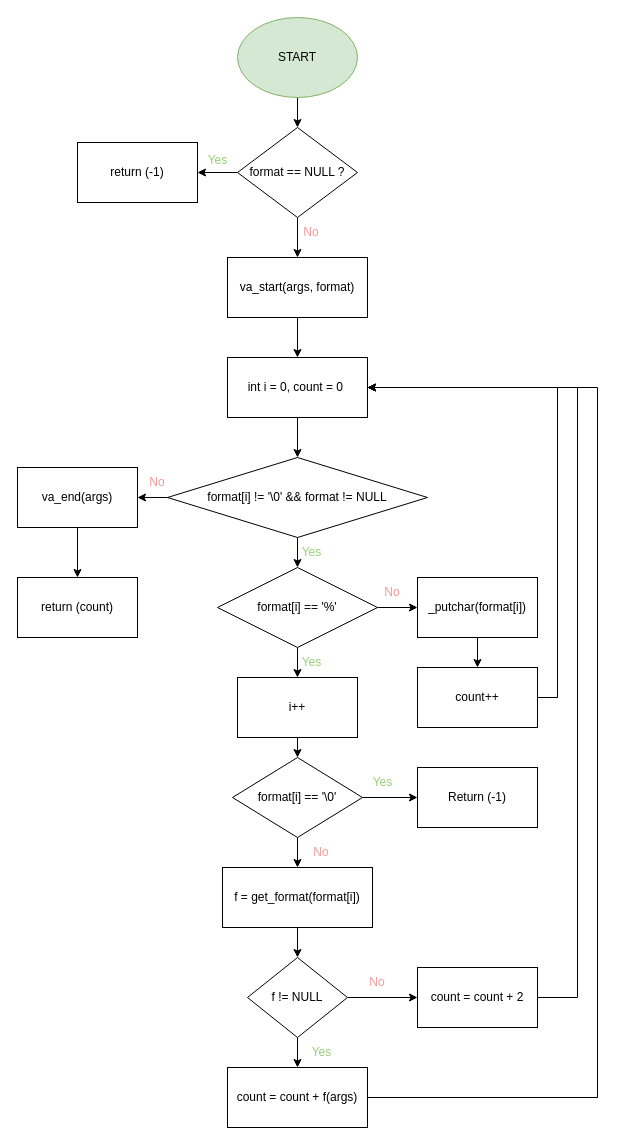
Earlier version of the draw.io diagram FlowChart _printf.c.drawio (thomas-maye/holbertonschool-printf). Source tidied: cells renumbered, new cells numbered last; positions are measured from the earlier drawing's top-left corner, leaving out a move shared by most shapes. Both pictures are drawn from the tidied source at 100%, with x=0, y=0 at pixel (17, 17).
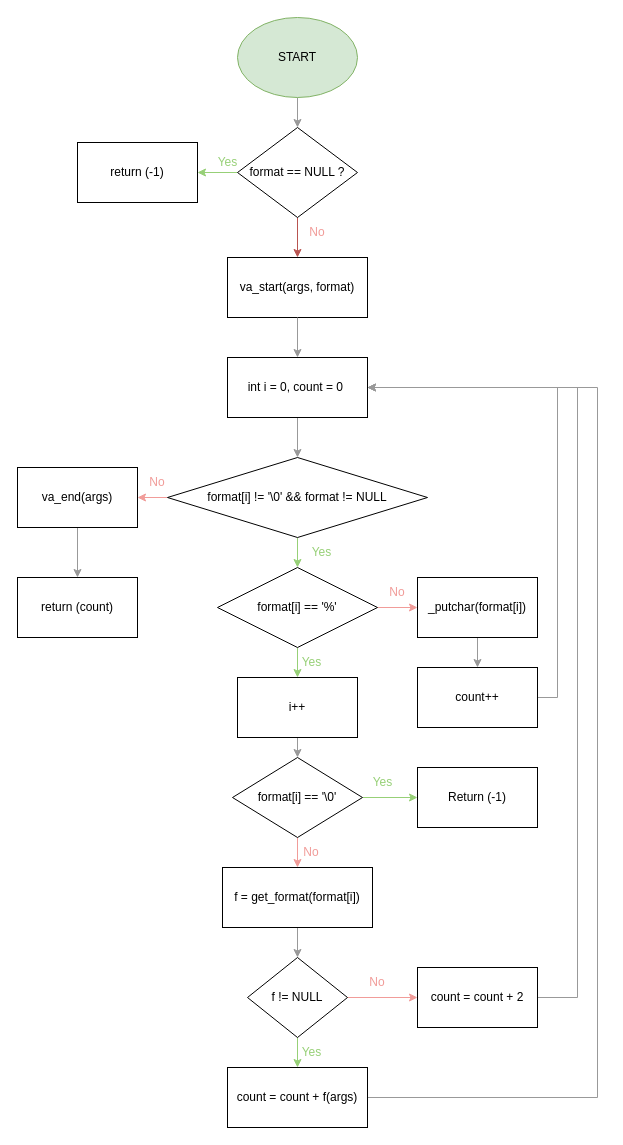
Above is the later version.

Commit message:
Mettre à jour FlowChart _printf.c.drawio

Unchanged cells that the change refers to:
```xml
<mxCell id="3" value="START" style="ellipse;whiteSpace=wrap;html=1;fillColor=#d5e8d4;strokeColor=#82b366;" parent="1" vertex="1">
  <mxGeometry x="220" width="120" height="80" as="geometry" />
</mxCell>
<mxCell id="7" value="format == NULL ?" style="rhombus;whiteSpace=wrap;html=1;" parent="1" vertex="1">
  <mxGeometry x="220" y="110" width="120" height="90" as="geometry" />
</mxCell>
<mxCell id="8" value="return (-1)" style="rounded=0;whiteSpace=wrap;html=1;" parent="1" vertex="1">
  <mxGeometry x="60" y="125" width="120" height="60" as="geometry" />
</mxCell>
<mxCell id="9" value="va_start(args, format)" style="rounded=0;whiteSpace=wrap;html=1;" parent="1" vertex="1">
  <mxGeometry x="210" y="240" width="140" height="60" as="geometry" />
</mxCell>
<mxCell id="11" value="int i = 0, count = 0&amp;nbsp;" style="rounded=0;whiteSpace=wrap;html=1;" parent="1" vertex="1">
  <mxGeometry x="210" y="340" width="140" height="60" as="geometry" />
</mxCell>
<mxCell id="15" value="format[i] != '\0' &amp;amp;&amp;amp; format != NULL" style="rhombus;whiteSpace=wrap;html=1;" parent="1" vertex="1">
  <mxGeometry x="150" y="440" width="260" height="80" as="geometry" />
</mxCell>
<mxCell id="18" value="format[i] == '%'" style="rhombus;whiteSpace=wrap;html=1;" parent="1" vertex="1">
  <mxGeometry x="200" y="550" width="160" height="80" as="geometry" />
</mxCell>
<mxCell id="20" value="_putchar(format[i])" style="rounded=0;whiteSpace=wrap;html=1;" parent="1" vertex="1">
  <mxGeometry x="400" y="560" width="120" height="60" as="geometry" />
</mxCell>
<mxCell id="23" value="format[i] == '\0'" style="rhombus;whiteSpace=wrap;html=1;" parent="1" vertex="1">
  <mxGeometry x="215" y="740" width="130" height="80" as="geometry" />
</mxCell>
<mxCell id="25" value="f = get_format(format[i])" style="rounded=0;whiteSpace=wrap;html=1;" parent="1" vertex="1">
  <mxGeometry x="205" y="850" width="150" height="60" as="geometry" />
</mxCell>
<mxCell id="28" value="f != NULL" style="rhombus;whiteSpace=wrap;html=1;" parent="1" vertex="1">
  <mxGeometry x="230" y="940" width="100" height="80" as="geometry" />
</mxCell>
<mxCell id="32" value="count++" style="rounded=0;whiteSpace=wrap;html=1;" parent="1" vertex="1">
  <mxGeometry x="400" y="650" width="120" height="60" as="geometry" />
</mxCell>
<mxCell id="34" value="i++" style="rounded=0;whiteSpace=wrap;html=1;" parent="1" vertex="1">
  <mxGeometry x="220" y="660" width="120" height="60" as="geometry" />
</mxCell>
<mxCell id="36" value="count = count + f(args)" style="rounded=0;whiteSpace=wrap;html=1;" parent="1" vertex="1">
  <mxGeometry x="210" y="1050" width="140" height="60" as="geometry" />
</mxCell>
<mxCell id="38" value="count = count + 2" style="rounded=0;whiteSpace=wrap;html=1;" parent="1" vertex="1">
  <mxGeometry x="400" y="950" width="120" height="60" as="geometry" />
</mxCell>
<mxCell id="39" value="Return (-1)" style="rounded=0;whiteSpace=wrap;html=1;" parent="1" vertex="1">
  <mxGeometry x="400" y="750" width="120" height="60" as="geometry" />
</mxCell>
<mxCell id="41" value="va_end(args)" style="rounded=0;whiteSpace=wrap;html=1;" parent="1" vertex="1">
  <mxGeometry y="450" width="120" height="60" as="geometry" />
</mxCell>
<mxCell id="42" value="return (count)" style="rounded=0;whiteSpace=wrap;html=1;" parent="1" vertex="1">
  <mxGeometry y="560" width="120" height="60" as="geometry" />
</mxCell>
```

Change to the diagram source:
```diff
@@
-    <mxCell id="2" style="edgeStyle=orthogonalEdgeStyle;rounded=0;jettySize=auto;html=1;" parent="1" edge="1" source="3" target="7">
+    <mxCell id="2" style="edgeStyle=orthogonalEdgeStyle;rounded=0;jettySize=auto;html=1;strokeColor=#999999;" parent="1" edge="1" source="3" target="7">
       <mxGeometry relative="1" as="geometry" />
     </mxCell>
@@
-    <mxCell id="5" style="edgeStyle=orthogonalEdgeStyle;rounded=0;jettySize=auto;html=1;exitX=0.5;exitY=1;exitDx=0;exitDy=0;entryX=0.5;entryY=0;entryDx=0;entryDy=0;" parent="1" edge="1" source="7" target="9">
+    <mxCell id="5" style="edgeStyle=orthogonalEdgeStyle;rounded=0;jettySize=auto;html=1;exitX=0.5;exitY=1;exitDx=0;exitDy=0;entryX=0.5;entryY=0;entryDx=0;entryDy=0;fillColor=#f8cecc;strokeColor=#b85450;" parent="1" edge="1" source="7" target="9">
       <mxGeometry relative="1" as="geometry" />
     </mxCell>
-    <mxCell id="6" style="edgeStyle=orthogonalEdgeStyle;rounded=0;jettySize=auto;html=1;exitX=0;exitY=0.5;exitDx=0;exitDy=0;entryX=1;entryY=0.5;entryDx=0;entryDy=0;" parent="1" edge="1" source="7" target="8">
+    <mxCell id="6" style="edgeStyle=orthogonalEdgeStyle;rounded=0;jettySize=auto;html=1;exitX=0;exitY=0.5;exitDx=0;exitDy=0;entryX=1;entryY=0.5;entryDx=0;entryDy=0;fillColor=#00FF00;fontColor=#97D077;strokeColor=#97D077;" parent="1" edge="1" source="7" target="8">
       <mxGeometry relative="1" as="geometry" />
     </mxCell>
@@
-    <mxCell id="10" style="edgeStyle=orthogonalEdgeStyle;rounded=0;jettySize=auto;html=1;exitX=0.5;exitY=1;exitDx=0;exitDy=0;entryX=0.5;entryY=0;entryDx=0;entryDy=0;" parent="1" edge="1" source="11" target="15">
+    <mxCell id="10" style="edgeStyle=orthogonalEdgeStyle;rounded=0;jettySize=auto;html=1;exitX=0.5;exitY=1;exitDx=0;exitDy=0;entryX=0.5;entryY=0;entryDx=0;entryDy=0;strokeColor=#999999;" parent="1" edge="1" source="11" target="15">
       <mxGeometry relative="1" as="geometry" />
     </mxCell>
@@
-    <mxCell id="12" style="endArrow=classic;html=1;rounded=0;exitX=0.5;exitY=1;exitDx=0;exitDy=0;entryX=0.5;entryY=0;entryDx=0;entryDy=0;" parent="1" edge="1" source="9" target="11">
+    <mxCell id="12" style="endArrow=classic;html=1;rounded=0;exitX=0.5;exitY=1;exitDx=0;exitDy=0;entryX=0.5;entryY=0;entryDx=0;entryDy=0;strokeColor=#999999;" parent="1" edge="1" source="9" target="11">
       <mxGeometry relative="1" as="geometry" />
     </mxCell>
-    <mxCell id="13" style="edgeStyle=orthogonalEdgeStyle;rounded=0;jettySize=auto;html=1;exitX=0.5;exitY=1;exitDx=0;exitDy=0;entryX=0.5;entryY=0;entryDx=0;entryDy=0;" parent="1" edge="1" source="15" target="18">
+    <mxCell id="13" style="edgeStyle=orthogonalEdgeStyle;rounded=0;jettySize=auto;html=1;exitX=0.5;exitY=1;exitDx=0;exitDy=0;entryX=0.5;entryY=0;entryDx=0;entryDy=0;strokeColor=#97D077;" parent="1" edge="1" source="15" target="18">
       <mxGeometry relative="1" as="geometry" />
     </mxCell>
-    <mxCell id="14" style="edgeStyle=orthogonalEdgeStyle;rounded=0;jettySize=auto;html=1;exitX=0;exitY=0.5;exitDx=0;exitDy=0;entryX=1;entryY=0.5;entryDx=0;entryDy=0;" parent="1" edge="1" source="15" target="41">
+    <mxCell id="14" style="edgeStyle=orthogonalEdgeStyle;rounded=0;jettySize=auto;html=1;exitX=0;exitY=0.5;exitDx=0;exitDy=0;entryX=1;entryY=0.5;entryDx=0;entryDy=0;strokeColor=#F19C99;" parent="1" edge="1" source="15" target="41">
       <mxGeometry relative="1" as="geometry" />
     </mxCell>
@@
-    <mxCell id="16" style="edgeStyle=orthogonalEdgeStyle;rounded=0;jettySize=auto;html=1;exitX=1;exitY=0.5;exitDx=0;exitDy=0;entryX=0;entryY=0.5;entryDx=0;entryDy=0;" parent="1" edge="1" source="18" target="20">
+    <mxCell id="16" style="edgeStyle=orthogonalEdgeStyle;rounded=0;jettySize=auto;html=1;exitX=1;exitY=0.5;exitDx=0;exitDy=0;entryX=0;entryY=0.5;entryDx=0;entryDy=0;strokeColor=#F19C99;" parent="1" edge="1" source="18" target="20">
       <mxGeometry relative="1" as="geometry" />
     </mxCell>
-    <mxCell id="17" style="edgeStyle=orthogonalEdgeStyle;rounded=0;jettySize=auto;html=1;exitX=0.5;exitY=1;exitDx=0;exitDy=0;entryX=0.5;entryY=0;entryDx=0;entryDy=0;" parent="1" edge="1" source="18" target="34">
+    <mxCell id="17" style="edgeStyle=orthogonalEdgeStyle;rounded=0;jettySize=auto;html=1;exitX=0.5;exitY=1;exitDx=0;exitDy=0;entryX=0.5;entryY=0;entryDx=0;entryDy=0;strokeColor=#97D077;" parent="1" edge="1" source="18" target="34">
       <mxGeometry relative="1" as="geometry" />
     </mxCell>
@@
-    <mxCell id="19" style="edgeStyle=orthogonalEdgeStyle;rounded=0;jettySize=auto;html=1;exitX=0.5;exitY=1;exitDx=0;exitDy=0;entryX=0.5;entryY=0;entryDx=0;entryDy=0;" parent="1" edge="1" source="20" target="32">
+    <mxCell id="19" style="edgeStyle=orthogonalEdgeStyle;rounded=0;jettySize=auto;html=1;exitX=0.5;exitY=1;exitDx=0;exitDy=0;entryX=0.5;entryY=0;entryDx=0;entryDy=0;strokeColor=#999999;" parent="1" edge="1" source="20" target="32">
       <mxGeometry relative="1" as="geometry" />
     </mxCell>
@@
-    <mxCell id="21" style="edgeStyle=orthogonalEdgeStyle;rounded=0;jettySize=auto;html=1;exitX=0.5;exitY=1;exitDx=0;exitDy=0;" parent="1" edge="1" source="23" target="25">
+    <mxCell id="21" style="edgeStyle=orthogonalEdgeStyle;rounded=0;jettySize=auto;html=1;exitX=0.5;exitY=1;exitDx=0;exitDy=0;strokeColor=#F19C99;" parent="1" edge="1" source="23" target="25">
       <mxGeometry relative="1" as="geometry" />
     </mxCell>
-    <mxCell id="22" style="edgeStyle=orthogonalEdgeStyle;rounded=0;jettySize=auto;html=1;exitX=1;exitY=0.5;exitDx=0;exitDy=0;entryX=0;entryY=0.5;entryDx=0;entryDy=0;" parent="1" edge="1" source="23" target="39">
+    <mxCell id="22" style="edgeStyle=orthogonalEdgeStyle;rounded=0;jettySize=auto;html=1;exitX=1;exitY=0.5;exitDx=0;exitDy=0;entryX=0;entryY=0.5;entryDx=0;entryDy=0;strokeColor=#97D077;" parent="1" edge="1" source="23" target="39">
       <mxGeometry relative="1" as="geometry" />
     </mxCell>
@@
-    <mxCell id="24" style="edgeStyle=orthogonalEdgeStyle;rounded=0;jettySize=auto;html=1;exitX=0.5;exitY=1;exitDx=0;exitDy=0;entryX=0.5;entryY=0;entryDx=0;entryDy=0;" parent="1" edge="1" source="25" target="28">
+    <mxCell id="24" style="edgeStyle=orthogonalEdgeStyle;rounded=0;jettySize=auto;html=1;exitX=0.5;exitY=1;exitDx=0;exitDy=0;entryX=0.5;entryY=0;entryDx=0;entryDy=0;strokeColor=#999999;" parent="1" edge="1" source="25" target="28">
       <mxGeometry relative="1" as="geometry" />
     </mxCell>
@@
-    <mxCell id="26" style="edgeStyle=orthogonalEdgeStyle;rounded=0;jettySize=auto;html=1;exitX=0.5;exitY=1;exitDx=0;exitDy=0;entryX=0.5;entryY=0;entryDx=0;entryDy=0;" parent="1" edge="1" source="28" target="36">
+    <mxCell id="26" style="edgeStyle=orthogonalEdgeStyle;rounded=0;jettySize=auto;html=1;exitX=0.5;exitY=1;exitDx=0;exitDy=0;entryX=0.5;entryY=0;entryDx=0;entryDy=0;fillColor=#d5e8d4;strokeColor=#97D077;" parent="1" edge="1" source="28" target="36">
       <mxGeometry relative="1" as="geometry" />
     </mxCell>
-    <mxCell id="27" style="edgeStyle=orthogonalEdgeStyle;rounded=0;jettySize=auto;html=1;exitX=1;exitY=0.5;exitDx=0;exitDy=0;entryX=0;entryY=0.5;entryDx=0;entryDy=0;" parent="1" edge="1" source="28" target="38">
+    <mxCell id="27" style="edgeStyle=orthogonalEdgeStyle;rounded=0;jettySize=auto;html=1;exitX=1;exitY=0.5;exitDx=0;exitDy=0;entryX=0;entryY=0.5;entryDx=0;entryDy=0;fillColor=#f8cecc;strokeColor=#F19C99;" parent="1" edge="1" source="28" target="38">
       <mxGeometry relative="1" as="geometry" />
     </mxCell>
@@
     <mxCell id="29" value="Yes" style="text;html=1;align=center;verticalAlign=middle;strokeColor=none;fillColor=none;fontColor=#97D077;" parent="1" vertex="1">
-      <mxGeometry x="180" y="128" width="40" height="30" as="geometry" />
+      <mxGeometry x="190" y="130" width="40" height="30" as="geometry" />
     </mxCell>
     <mxCell id="30" value="No" style="text;html=1;align=center;verticalAlign=middle;whiteSpace=wrap;rounded=0;fontColor=#F19C99;" parent="1" vertex="1">
-      <mxGeometry x="264" y="200" width="60" height="30" as="geometry" />
+      <mxGeometry x="270" y="200" width="60" height="30" as="geometry" />
     </mxCell>
-    <mxCell id="31" style="edgeStyle=orthogonalEdgeStyle;rounded=0;jettySize=auto;html=1;exitX=1;exitY=0.5;exitDx=0;exitDy=0;entryX=1;entryY=0.5;entryDx=0;entryDy=0;" parent="1" edge="1" source="32" target="11">
+    <mxCell id="31" style="edgeStyle=orthogonalEdgeStyle;rounded=0;jettySize=auto;html=1;exitX=1;exitY=0.5;exitDx=0;exitDy=0;entryX=1;entryY=0.5;entryDx=0;entryDy=0;strokeColor=#999999;" parent="1" edge="1" source="32" target="11">
       <mxGeometry relative="1" as="geometry" />
     </mxCell>
@@
-    <mxCell id="33" style="edgeStyle=orthogonalEdgeStyle;rounded=0;jettySize=auto;html=1;exitX=0.5;exitY=1;exitDx=0;exitDy=0;entryX=0.5;entryY=0;entryDx=0;entryDy=0;" parent="1" edge="1" source="34" target="23">
+    <mxCell id="33" style="edgeStyle=orthogonalEdgeStyle;rounded=0;jettySize=auto;html=1;exitX=0.5;exitY=1;exitDx=0;exitDy=0;entryX=0.5;entryY=0;entryDx=0;entryDy=0;strokeColor=#999999;" parent="1" edge="1" source="34" target="23">
       <mxGeometry relative="1" as="geometry" />
     </mxCell>
@@
-    <mxCell id="35" style="edgeStyle=orthogonalEdgeStyle;rounded=0;jettySize=auto;html=1;exitX=1;exitY=0.5;exitDx=0;exitDy=0;entryX=1;entryY=0.5;entryDx=0;entryDy=0;" parent="1" edge="1" source="36" target="11">
+    <mxCell id="35" style="edgeStyle=orthogonalEdgeStyle;rounded=0;jettySize=auto;html=1;exitX=1;exitY=0.5;exitDx=0;exitDy=0;entryX=1;entryY=0.5;entryDx=0;entryDy=0;strokeColor=#999999;" parent="1" edge="1" source="36" target="11">
       <mxGeometry relative="1" as="geometry">
         <Array as="points">
           <mxPoint x="580" y="1080" />
           <mxPoint x="580" y="370" />
         </Array>
       </mxGeometry>
     </mxCell>
@@
-    <mxCell id="37" style="edgeStyle=orthogonalEdgeStyle;rounded=0;jettySize=auto;html=1;exitX=1;exitY=0.5;exitDx=0;exitDy=0;entryX=1;entryY=0.5;entryDx=0;entryDy=0;" parent="1" edge="1" source="38" target="11">
+    <mxCell id="37" style="edgeStyle=orthogonalEdgeStyle;rounded=0;jettySize=auto;html=1;exitX=1;exitY=0.5;exitDx=0;exitDy=0;entryX=1;entryY=0.5;entryDx=0;entryDy=0;strokeColor=#999999;" parent="1" edge="1" source="38" target="11">
       <mxGeometry relative="1" as="geometry">
         <Array as="points">
           <mxPoint x="560" y="980" />
           <mxPoint x="560" y="370" />
         </Array>
       </mxGeometry>
     </mxCell>
@@
-    <mxCell id="40" style="edgeStyle=orthogonalEdgeStyle;rounded=0;jettySize=auto;html=1;exitX=0.5;exitY=1;exitDx=0;exitDy=0;entryX=0.5;entryY=0;entryDx=0;entryDy=0;" parent="1" edge="1" source="41" target="42">
+    <mxCell id="40" style="edgeStyle=orthogonalEdgeStyle;rounded=0;jettySize=auto;html=1;exitX=0.5;exitY=1;exitDx=0;exitDy=0;entryX=0.5;entryY=0;entryDx=0;entryDy=0;strokeColor=#999999;" parent="1" edge="1" source="41" target="42">
       <mxGeometry relative="1" as="geometry" />
     </mxCell>
@@
     <mxCell id="43" value="Yes" style="text;html=1;align=center;verticalAlign=middle;strokeColor=none;fillColor=none;fontColor=#97D077;" parent="1" vertex="1">
-      <mxGeometry x="274" y="520" width="40" height="30" as="geometry" />
+      <mxGeometry x="284" y="520" width="40" height="30" as="geometry" />
     </mxCell>
@@
     <mxCell id="47" value="No" style="text;html=1;align=center;verticalAlign=middle;whiteSpace=wrap;rounded=0;fontColor=#F19C99;" parent="1" vertex="1">
-      <mxGeometry x="345" y="560" width="60" height="30" as="geometry" />
+      <mxGeometry x="350" y="560" width="60" height="30" as="geometry" />
     </mxCell>
     <mxCell id="48" value="No" style="text;html=1;align=center;verticalAlign=middle;whiteSpace=wrap;rounded=0;fontColor=#F19C99;" parent="1" vertex="1">
-      <mxGeometry x="274" y="820" width="60" height="30" as="geometry" />
+      <mxGeometry x="264" y="820" width="60" height="30" as="geometry" />
     </mxCell>
     <mxCell id="49" value="Yes" style="text;html=1;align=center;verticalAlign=middle;strokeColor=none;fillColor=none;fontColor=#97D077;" parent="1" vertex="1">
-      <mxGeometry x="284" y="1020" width="40" height="30" as="geometry" />
+      <mxGeometry x="274" y="1020" width="40" height="30" as="geometry" />
     </mxCell>
```
